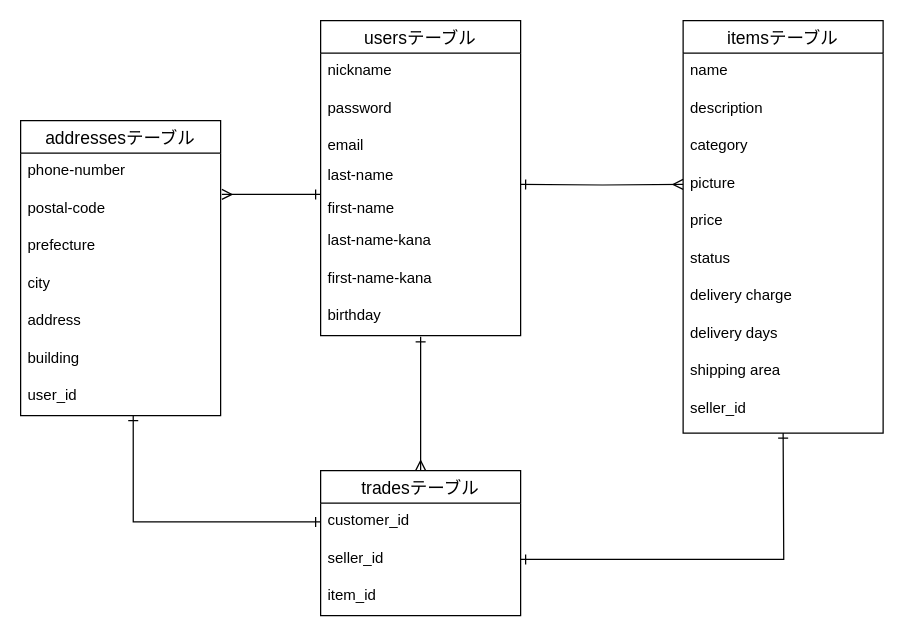
Before: ER.dio in Mai-okn/furima-35686, a draw.io diagram. Source tidied: cells renumbered, new cells numbered last; positions are measured from the earlier drawing's top-left corner, leaving out a move shared by most shapes. Both pictures are drawn from the tidied source at 125%, with x=0, y=0 at pixel (20, 20).
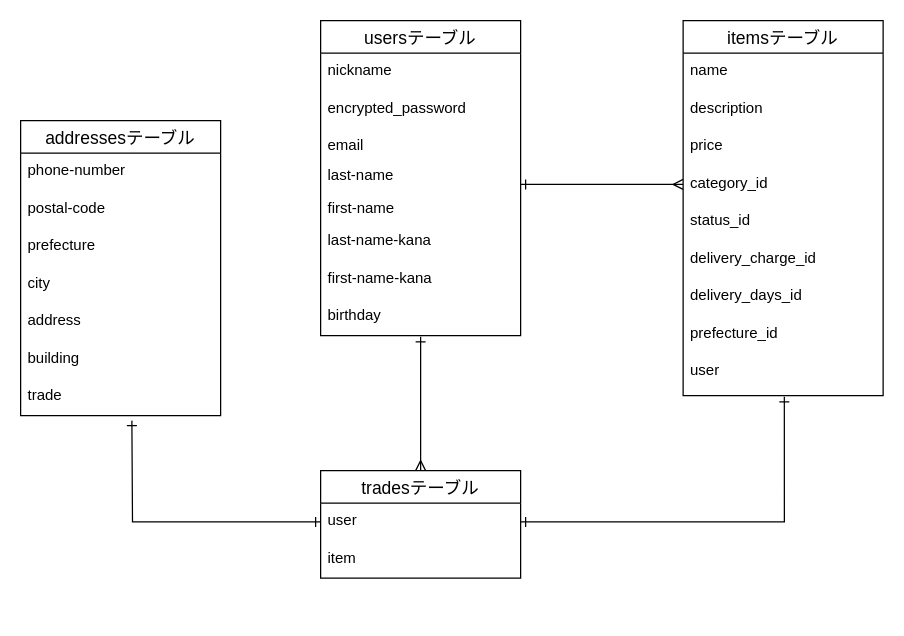
Above is the later version.

Unchanged cells that the change refers to:
```xml
<mxCell id="13" value="usersテーブル" style="swimlane;fontStyle=0;horizontal=1;startSize=26;align=center;fontSize=14;" parent="1" vertex="1">
  <mxGeometry x="240" width="160" height="252" as="geometry" />
</mxCell>
<mxCell id="29" value="addressesテーブル" style="swimlane;fontStyle=0;horizontal=1;startSize=26;align=center;fontSize=14;html=0;" parent="1" vertex="1">
  <mxGeometry y="80" width="160" height="236" as="geometry" />
</mxCell>
```

The edit, as a diff of the source:
```diff
@@
     <mxCell id="2" value="itemsテーブル" style="swimlane;fontStyle=0;horizontal=1;startSize=26;align=center;fontSize=14;" parent="1" vertex="1">
-      <mxGeometry x="530" width="160" height="330" as="geometry" />
+      <mxGeometry x="530" width="160" height="300" as="geometry" />
     </mxCell>
@@
+    <mxCell id="7" value="price" style="text;strokeColor=none;fillColor=none;spacingLeft=4;spacingRight=4;overflow=hidden;fontSize=12;" parent="2" vertex="1">
+      <mxGeometry y="86" width="160" height="30" as="geometry" />
+    </mxCell>
-    <mxCell id="5" value="category" style="text;strokeColor=none;fillColor=none;spacingLeft=4;spacingRight=4;overflow=hidden;fontSize=12;" parent="2" vertex="1">
-      <mxGeometry y="86" width="160" height="30" as="geometry" />
+    <mxCell id="5" value="category_id" style="text;strokeColor=none;fillColor=none;spacingLeft=4;spacingRight=4;overflow=hidden;fontSize=12;" parent="2" vertex="1">
+      <mxGeometry y="116" width="160" height="30" as="geometry" />
     </mxCell>
-    <mxCell id="6" value="picture" style="text;strokeColor=none;fillColor=none;spacingLeft=4;spacingRight=4;overflow=hidden;points=[[0,0.5],[1,0.5]];portConstraint=eastwest;fontSize=12;" parent="2" vertex="1">
-      <mxGeometry y="116" width="160" height="30" as="geometry" />
-    </mxCell>
-    <mxCell id="7" value="price" style="text;strokeColor=none;fillColor=none;spacingLeft=4;spacingRight=4;overflow=hidden;fontSize=12;" parent="2" vertex="1">
-      <mxGeometry y="146" width="160" height="30" as="geometry" />
-    </mxCell>
-    <mxCell id="8" value="status" style="text;strokeColor=none;fillColor=none;spacingLeft=4;spacingRight=4;overflow=hidden;fontSize=12;" parent="2" vertex="1">
-      <mxGeometry y="176" width="160" height="30" as="geometry" />
+    <mxCell id="8" value="status_id" style="text;strokeColor=none;fillColor=none;spacingLeft=4;spacingRight=4;overflow=hidden;fontSize=12;" parent="2" vertex="1">
+      <mxGeometry y="146" width="160" height="30" as="geometry" />
     </mxCell>
-    <mxCell id="9" value="delivery charge" style="text;strokeColor=none;fillColor=none;spacingLeft=4;spacingRight=4;overflow=hidden;fontSize=12;" parent="2" vertex="1">
-      <mxGeometry y="206" width="160" height="30" as="geometry" />
+    <mxCell id="9" value="delivery_charge_id" style="text;strokeColor=none;fillColor=none;spacingLeft=4;spacingRight=4;overflow=hidden;fontSize=12;" parent="2" vertex="1">
+      <mxGeometry y="176" width="160" height="30" as="geometry" />
     </mxCell>
-    <mxCell id="10" value="delivery days" style="text;strokeColor=none;fillColor=none;spacingLeft=4;spacingRight=4;overflow=hidden;fontSize=12;" parent="2" vertex="1">
-      <mxGeometry y="236" width="160" height="30" as="geometry" />
+    <mxCell id="10" value="delivery_days_id" style="text;strokeColor=none;fillColor=none;spacingLeft=4;spacingRight=4;overflow=hidden;fontSize=12;" parent="2" vertex="1">
+      <mxGeometry y="206" width="160" height="30" as="geometry" />
     </mxCell>
-    <mxCell id="11" value="shipping area" style="text;strokeColor=none;fillColor=none;spacingLeft=4;spacingRight=4;overflow=hidden;fontSize=12;" parent="2" vertex="1">
-      <mxGeometry y="266" width="160" height="30" as="geometry" />
+    <mxCell id="11" value="prefecture_id" style="text;strokeColor=none;fillColor=none;spacingLeft=4;spacingRight=4;overflow=hidden;fontSize=12;" parent="2" vertex="1">
+      <mxGeometry y="236" width="160" height="30" as="geometry" />
     </mxCell>
-    <mxCell id="12" value="seller_id" style="text;strokeColor=none;fillColor=none;spacingLeft=4;spacingRight=4;overflow=hidden;points=[[0,0.5],[1,0.5]];portConstraint=eastwest;fontSize=12;" parent="2" vertex="1">
-      <mxGeometry y="296" width="160" height="34" as="geometry" />
+    <mxCell id="12" value="user" style="text;strokeColor=none;fillColor=none;spacingLeft=4;spacingRight=4;overflow=hidden;points=[[0,0.5],[1,0.5]];portConstraint=eastwest;fontSize=12;" parent="2" vertex="1">
+      <mxGeometry y="266" width="160" height="34" as="geometry" />
     </mxCell>
@@
-    <mxCell id="15" value="password" style="text;strokeColor=none;fillColor=none;spacingLeft=4;spacingRight=4;overflow=hidden;fontSize=12;" parent="13" vertex="1">
-      <mxGeometry y="56" width="160" height="30" as="geometry" />
-    </mxCell>
+    <mxCell id="39" value="encrypted_password" style="text;strokeColor=none;fillColor=none;spacingLeft=4;spacingRight=4;overflow=hidden;fontSize=12;" parent="13" vertex="1">
+      <mxGeometry y="56" width="160" height="30" as="geometry" />
+    </mxCell>
@@
-    <mxCell id="22" style="edgeStyle=orthogonalEdgeStyle;rounded=0;jettySize=auto;html=1;startArrow=ERone;startFill=0;endArrow=ERmany;endFill=0;entryX=0;entryY=0.5;entryDx=0;entryDy=0;" parent="1" edge="1" target="6">
+    <mxCell id="22" style="edgeStyle=orthogonalEdgeStyle;rounded=0;orthogonalLoop=1;jettySize=auto;html=1;startArrow=ERone;startFill=0;endArrow=ERmany;endFill=0;entryX=0;entryY=0.5;entryDx=0;entryDy=0;" parent="1" edge="1">
       <mxGeometry relative="1" as="geometry">
         <mxPoint x="400" y="131" as="sourcePoint" />
+        <mxPoint x="530" y="131" as="targetPoint" />
       </mxGeometry>
     </mxCell>
@@
     <mxCell id="24" value="tradesテーブル" style="swimlane;fontStyle=0;horizontal=1;startSize=26;align=center;fontSize=14;html=0;" parent="1" vertex="1">
-      <mxGeometry x="240" y="360" width="160" height="116" as="geometry" />
+      <mxGeometry x="240" y="360" width="160" height="86" as="geometry" />
     </mxCell>
-    <mxCell id="25" value="customer_id" style="text;strokeColor=none;fillColor=none;spacingLeft=4;spacingRight=4;overflow=hidden;points=[[0,0.5],[1,0.5]];portConstraint=eastwest;fontSize=12;" parent="24" vertex="1">
+    <mxCell id="25" value="user" style="text;strokeColor=none;fillColor=none;spacingLeft=4;spacingRight=4;overflow=hidden;points=[[0,0.5],[1,0.5]];portConstraint=eastwest;fontSize=12;" parent="24" vertex="1">
       <mxGeometry y="26" width="160" height="30" as="geometry" />
     </mxCell>
-    <mxCell id="26" value="seller_id" style="text;strokeColor=none;fillColor=none;spacingLeft=4;spacingRight=4;overflow=hidden;points=[[0,0.5],[1,0.5]];portConstraint=eastwest;fontSize=12;" parent="24" vertex="1">
-      <mxGeometry y="56" width="160" height="30" as="geometry" />
-    </mxCell>
-    <mxCell id="27" value="item_id" style="text;strokeColor=none;fillColor=none;spacingLeft=4;spacingRight=4;overflow=hidden;fontSize=12;" parent="24" vertex="1">
-      <mxGeometry y="86" width="160" height="30" as="geometry" />
+    <mxCell id="27" value="item" style="text;strokeColor=none;fillColor=none;spacingLeft=4;spacingRight=4;overflow=hidden;fontSize=12;" parent="24" vertex="1">
+      <mxGeometry y="56" width="160" height="30" as="geometry" />
     </mxCell>
-    <mxCell id="28" style="edgeStyle=orthogonalEdgeStyle;rounded=0;orthogonalLoop=1;jettySize=auto;html=1;exitX=1.019;exitY=0.1;exitDx=0;exitDy=0;startArrow=ERmany;startFill=0;endArrow=ERone;endFill=0;exitPerimeter=0;" parent="1" edge="1">
-      <mxGeometry relative="1" as="geometry">
-        <mxPoint x="161" y="139" as="sourcePoint" />
-        <mxPoint x="240" y="139" as="targetPoint" />
-      </mxGeometry>
-    </mxCell>
@@
-    <mxCell id="36" value="user_id" style="text;strokeColor=none;fillColor=none;spacingLeft=4;spacingRight=4;overflow=hidden;points=[[0,0.5],[1,0.5]];portConstraint=eastwest;fontSize=12;" parent="29" vertex="1">
+    <mxCell id="36" value="trade" style="text;strokeColor=none;fillColor=none;spacingLeft=4;spacingRight=4;overflow=hidden;points=[[0,0.5],[1,0.5]];portConstraint=eastwest;fontSize=12;" parent="29" vertex="1">
       <mxGeometry y="206" width="160" height="30" as="geometry" />
     </mxCell>
-    <mxCell id="37" style="edgeStyle=orthogonalEdgeStyle;rounded=0;jettySize=auto;html=1;entryX=1;entryY=0.5;entryDx=0;entryDy=0;startArrow=ERone;startFill=0;endArrow=ERone;endFill=0;" parent="1" edge="1" target="26">
-      <mxGeometry relative="1" as="geometry">
-        <mxPoint x="610" y="330" as="sourcePoint" />
-      </mxGeometry>
+    <mxCell id="37" style="edgeStyle=orthogonalEdgeStyle;rounded=0;jettySize=auto;html=1;startArrow=ERone;startFill=0;endArrow=ERone;endFill=0;exitX=0.506;exitY=1.029;exitDx=0;exitDy=0;exitPerimeter=0;" parent="1" edge="1" source="12" target="25">
+      <mxGeometry relative="1" as="geometry" />
     </mxCell>
-    <mxCell id="38" style="edgeStyle=orthogonalEdgeStyle;rounded=0;jettySize=auto;html=1;exitX=0;exitY=0.5;exitDx=0;exitDy=0;startArrow=ERone;startFill=0;endArrow=ERone;endFill=0;entryX=0.563;entryY=1;entryDx=0;entryDy=0;entryPerimeter=0;" parent="1" edge="1" source="25" target="36">
-      <mxGeometry relative="1" as="geometry" />
-    </mxCell>
+    <mxCell id="40" style="edgeStyle=orthogonalEdgeStyle;rounded=0;jettySize=auto;html=1;exitX=0;exitY=0.5;exitDx=0;exitDy=0;startArrow=ERone;startFill=0;endArrow=ERone;endFill=0;" parent="1" edge="1" source="25">
+      <mxGeometry relative="1" as="geometry">
+        <mxPoint x="89" y="320" as="targetPoint" />
+      </mxGeometry>
+    </mxCell>
```
